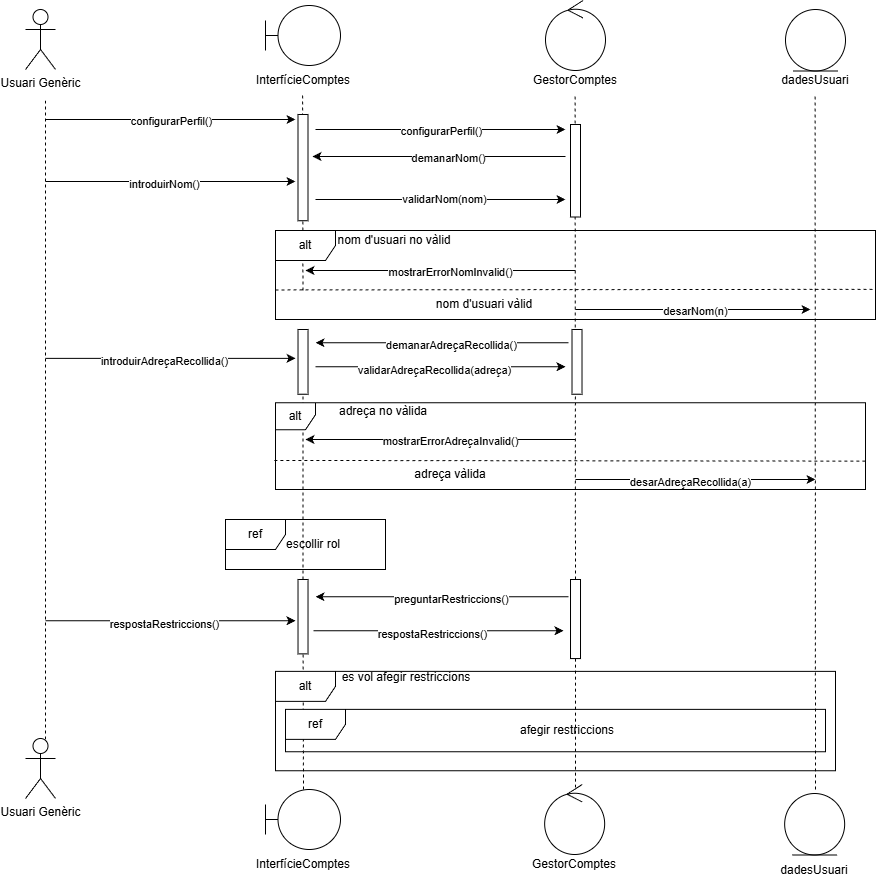
Above: Diagrames/Diagrames seqüència/Diagrames Marcel Pinós Vogel/configurar_perfil.png in MarcelPainos/ES26UAB-431-12 (draw.io), before the change. Source tidied: cells renumbered, new cells last; positions are measured from the earlier drawing's top-left corner, leaving out a move shared by most shapes.
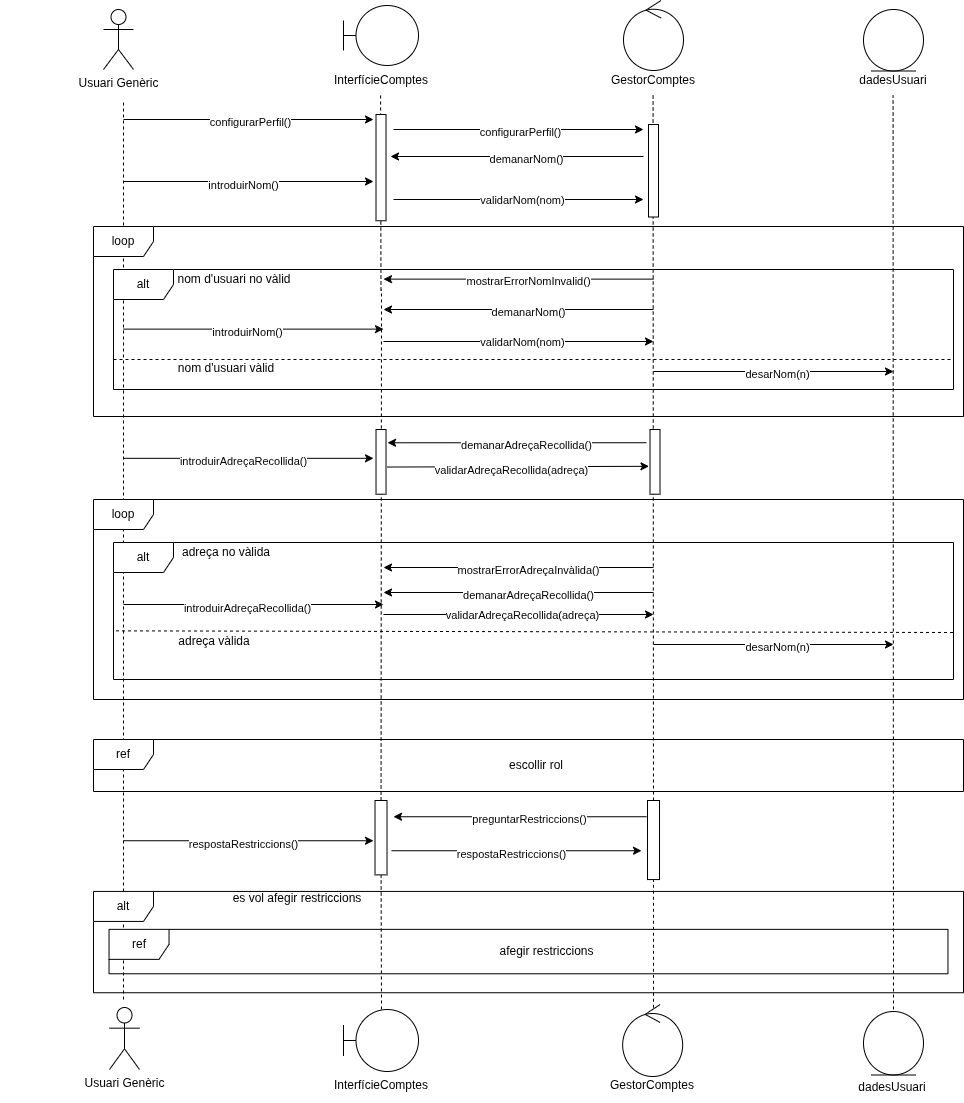
After the change.

Change to the diagram source:
```diff
@@ -25,7 +25,7 @@
     </mxCell>
     <mxCell id="9" style="endArrow=none;dashed=1;html=1;rounded=0;" parent="1" edge="1">
       <mxGeometry relative="1" as="geometry">
-        <mxPoint x="20" y="739" as="sourcePoint" />
+        <mxPoint x="20" y="999" as="sourcePoint" />
         <mxPoint x="20" y="99" as="targetPoint" />
       </mxGeometry>
     </mxCell>
@@ -40,8 +40,10 @@
         <mxPoint x="549.6" y="95" as="targetPoint" />
       </mxGeometry>
     </mxCell>
-    <mxCell id="12" style="endArrow=none;dashed=1;html=1;rounded=0;entryX=1;entryY=0.5;entryDx=0;entryDy=0;" parent="1" edge="1" source="37" target="64">
-      <mxGeometry relative="1" as="geometry" />
+    <mxCell id="12" style="endArrow=none;dashed=1;html=1;rounded=0;" parent="1" edge="1" source="37">
+      <mxGeometry relative="1" as="geometry">
+        <mxPoint x="278" y="289" as="targetPoint" />
+      </mxGeometry>
     </mxCell>
     <mxCell id="13" value="dadesUsuari" style="text;html=1;whiteSpace=wrap;strokeColor=none;fillColor=none;align=center;verticalAlign=middle;rounded=0;" parent="1" vertex="1">
       <mxGeometry x="760" y="65" width="60" height="30" as="geometry" />
@@ -51,7 +53,7 @@
     </mxCell>
     <mxCell id="15" style="endArrow=none;dashed=1;html=1;rounded=0;" parent="1" edge="1">
       <mxGeometry relative="1" as="geometry">
-        <mxPoint x="790" y="789" as="sourcePoint" />
+        <mxPoint x="790" y="1009" as="sourcePoint" />
         <mxPoint x="789.6" y="95" as="targetPoint" />
       </mxGeometry>
     </mxCell>
@@ -108,8 +110,8 @@
     </mxCell>
     <mxCell id="28" value="a" style="endArrow=classic;html=1;rounded=0;" parent="1" edge="1">
       <mxGeometry relative="1" as="geometry">
-        <mxPoint x="550" y="309" as="sourcePoint" />
-        <mxPoint x="785" y="309" as="targetPoint" />
+        <mxPoint x="550" y="371" as="sourcePoint" />
+        <mxPoint x="790" y="371" as="targetPoint" />
       </mxGeometry>
     </mxCell>
     <mxCell id="29" value="desarNom(n)" style="edgeLabel;html=1;align=center;verticalAlign=middle;" parent="28" vertex="1">
@@ -119,12 +121,12 @@
       <mxGeometry relative="1" as="geometry" />
     </mxCell>
     <mxCell id="31" style="rounded=0;whiteSpace=wrap;html=1;rotation=-90;" parent="1" vertex="1">
-      <mxGeometry x="510.5" y="613.5" width="79.1" height="10" as="geometry" />
+      <mxGeometry x="510.5" y="833.5" width="79.1" height="12" as="geometry" />
     </mxCell>
     <mxCell id="32" style="endArrow=classic;html=1;rounded=0;" parent="1" edge="1">
       <mxGeometry relative="1" as="geometry">
-        <mxPoint x="543" y="596.2" as="sourcePoint" />
-        <mxPoint x="290" y="596.2" as="targetPoint" />
+        <mxPoint x="543" y="816.2" as="sourcePoint" />
+        <mxPoint x="290" y="816.2" as="targetPoint" />
       </mxGeometry>
     </mxCell>
     <mxCell id="33" value="preguntarRestriccions()" style="edgeLabel;html=1;align=center;verticalAlign=middle;" parent="32" vertex="1">
@@ -132,8 +134,8 @@
     </mxCell>
     <mxCell id="34" style="endArrow=classic;html=1;rounded=0;" parent="1" edge="1">
       <mxGeometry relative="1" as="geometry">
-        <mxPoint x="20" y="620.2" as="sourcePoint" />
-        <mxPoint x="270" y="620.2" as="targetPoint" />
+        <mxPoint x="20" y="840.2" as="sourcePoint" />
+        <mxPoint x="270" y="840.2" as="targetPoint" />
       </mxGeometry>
     </mxCell>
     <mxCell id="35" value="respostaRestriccions()" style="edgeLabel;html=1;align=center;verticalAlign=middle;" parent="34" vertex="1">
@@ -141,25 +143,24 @@
     </mxCell>
     <mxCell id="36" style="endArrow=none;dashed=1;html=1;rounded=0;" parent="1" edge="1" target="37">
       <mxGeometry relative="1" as="geometry">
-        <mxPoint x="278" y="789" as="sourcePoint" />
+        <mxPoint x="278" y="1009" as="sourcePoint" />
       </mxGeometry>
     </mxCell>
     <mxCell id="37" style="rounded=0;whiteSpace=wrap;html=1;rotation=-90;" parent="1" vertex="1">
-      <mxGeometry x="240.3" y="611.2" width="74.4" height="10" as="geometry" />
+      <mxGeometry x="240.3" y="831.2" width="74.4" height="12" as="geometry" />
     </mxCell>
     <mxCell id="38" style="endArrow=classic;html=1;rounded=0;" parent="1" edge="1">
       <mxGeometry relative="1" as="geometry">
-        <mxPoint x="288" y="630.2" as="sourcePoint" />
-        <mxPoint x="538" y="630.2" as="targetPoint" />
+        <mxPoint x="288" y="850.2" as="sourcePoint" />
+        <mxPoint x="538" y="850.2" as="targetPoint" />
       </mxGeometry>
     </mxCell>
     <mxCell id="39" value="respostaRestriccions()" style="edgeLabel;html=1;align=center;verticalAlign=middle;" parent="38" vertex="1">
       <mxGeometry x="-0.05" y="-3" relative="1" as="geometry" />
     </mxCell>
-    <mxCell id="40" style="endArrow=classic;html=1;rounded=0;" parent="1" edge="1">
+    <mxCell id="40" style="endArrow=classic;html=1;rounded=0;entryX=0.795;entryY=1.152;entryDx=0;entryDy=0;entryPerimeter=0;" parent="1" edge="1" target="64">
       <mxGeometry relative="1" as="geometry">
-        <mxPoint x="543" y="342.2" as="sourcePoint" />
-        <mxPoint x="290" y="342.2" as="targetPoint" />
+        <mxPoint x="543" y="442.2" as="sourcePoint" />
       </mxGeometry>
     </mxCell>
     <mxCell id="41" value="demanarAdreçaRecollida()" style="edgeLabel;html=1;align=center;verticalAlign=middle;" parent="40" vertex="1">
@@ -167,129 +168,190 @@
     </mxCell>
     <mxCell id="42" style="endArrow=classic;html=1;rounded=0;" parent="1" edge="1">
       <mxGeometry relative="1" as="geometry">
-        <mxPoint x="20" y="357.8" as="sourcePoint" />
-        <mxPoint x="270" y="357.8" as="targetPoint" />
+        <mxPoint x="20" y="457.8" as="sourcePoint" />
+        <mxPoint x="270" y="457.8" as="targetPoint" />
       </mxGeometry>
     </mxCell>
     <mxCell id="43" value="introduirAdreçaRecollida()" style="edgeLabel;html=1;align=center;verticalAlign=middle;" parent="42" vertex="1">
       <mxGeometry x="-0.05" y="-3" relative="1" as="geometry" />
     </mxCell>
-    <mxCell id="44" style="endArrow=classic;html=1;rounded=0;" parent="1" edge="1">
-      <mxGeometry relative="1" as="geometry">
-        <mxPoint x="290" y="366.2" as="sourcePoint" />
-        <mxPoint x="540" y="366.2" as="targetPoint" />
-      </mxGeometry>
+    <mxCell id="44" style="endArrow=classic;html=1;rounded=0;exitX=0.42;exitY=1.103;exitDx=0;exitDy=0;exitPerimeter=0;entryX=0.431;entryY=-0.105;entryDx=0;entryDy=0;entryPerimeter=0;" parent="1" edge="1" source="64" target="65">
+      <mxGeometry relative="1" as="geometry" />
     </mxCell>
     <mxCell id="45" value="validarAdreçaRecollida(adreça)" style="edgeLabel;html=1;align=center;verticalAlign=middle;" parent="44" vertex="1">
       <mxGeometry x="-0.05" y="-3" relative="1" as="geometry" />
     </mxCell>
-    <mxCell id="46" style="endArrow=classic;html=1;rounded=0;" parent="1" edge="1">
-      <mxGeometry relative="1" as="geometry">
-        <mxPoint x="550" y="479" as="sourcePoint" />
-        <mxPoint x="790" y="479" as="targetPoint" />
-      </mxGeometry>
-    </mxCell>
-    <mxCell id="47" value="desarAdreçaRecollida(a)" style="edgeLabel;html=1;align=center;verticalAlign=middle;" parent="46" vertex="1">
-      <mxGeometry x="-0.05" y="-3" relative="1" as="geometry" />
-    </mxCell>
     <mxCell id="48" style="group;" parent="1" vertex="1">
-      <mxGeometry x="250" y="665.2" width="560" height="105" as="geometry" />
+      <mxGeometry x="-10" y="885.2" width="870" height="107" as="geometry" />
     </mxCell>
     <mxCell id="49" value="afegir restriccions" style="text;html=1;whiteSpace=wrap;strokeColor=none;fillColor=none;align=center;verticalAlign=middle;rounded=0;" parent="48" vertex="1">
-      <mxGeometry x="210" y="53.1" width="163.9" height="23.4" as="geometry" />
+      <mxGeometry x="326.2" y="53.1" width="254.6" height="25.4" as="geometry" />
     </mxCell>
     <mxCell id="50" value="ref" style="shape=umlFrame;whiteSpace=wrap;html=1;" parent="48" vertex="1">
-      <mxGeometry x="10" y="43.6" width="540" height="42.4" as="geometry" />
+      <mxGeometry x="15.5" y="43.6" width="838.9" height="44.4" as="geometry" />
     </mxCell>
     <mxCell id="51" value="alt" style="shape=umlFrame;whiteSpace=wrap;html=1;" parent="48" vertex="1">
-      <mxGeometry y="5.7" width="560" height="99.3" as="geometry" />
+      <mxGeometry y="5.7" width="870" height="101.3" as="geometry" />
     </mxCell>
     <mxCell id="52" value="es vol afegir restriccions" style="text;html=1;whiteSpace=wrap;strokeColor=none;fillColor=none;align=center;verticalAlign=middle;rounded=0;" parent="48" vertex="1">
-      <mxGeometry x="-60" width="382.4" height="23.4" as="geometry" />
+      <mxGeometry x="-93.2" width="594.1" height="25.4" as="geometry" />
     </mxCell>
     <mxCell id="53" value="alt" style="shape=umlFrame;whiteSpace=wrap;html=1;" parent="1" vertex="1">
-      <mxGeometry x="250" y="230" width="600" height="89" as="geometry" />
+      <mxGeometry x="10" y="269" width="840" height="120" as="geometry" />
     </mxCell>
-    <mxCell id="54" value="alt" style="shape=umlFrame;whiteSpace=wrap;html=1;width=40;height=27;" parent="1" vertex="1">
-      <mxGeometry x="250" y="402.2" width="590" height="86.8" as="geometry" />
-    </mxCell>
     <mxCell id="55" value="nom d'usuari no vàlid" style="text;html=1;whiteSpace=wrap;strokeColor=none;fillColor=none;align=center;verticalAlign=middle;rounded=0;" parent="1" vertex="1">
-      <mxGeometry x="307.5" y="225" width="122.5" height="30" as="geometry" />
+      <mxGeometry x="70" y="264" width="122.5" height="30" as="geometry" />
     </mxCell>
-    <mxCell id="56" value="adreça no vàlida" style="text;html=1;whiteSpace=wrap;strokeColor=none;fillColor=none;align=center;verticalAlign=middle;rounded=0;" parent="1" vertex="1">
-      <mxGeometry x="303" y="396.2" width="110" height="30" as="geometry" />
-    </mxCell>
     <mxCell id="57" style="endArrow=classic;html=1;rounded=0;" parent="1" edge="1">
       <mxGeometry relative="1" as="geometry">
-        <mxPoint x="550" y="270" as="sourcePoint" />
-        <mxPoint x="280" y="270" as="targetPoint" />
+        <mxPoint x="550" y="278.6" as="sourcePoint" />
+        <mxPoint x="280" y="278.6" as="targetPoint" />
       </mxGeometry>
     </mxCell>
     <mxCell id="58" value="mostrarErrorNomInvalid()" style="edgeLabel;html=1;align=center;verticalAlign=middle;" parent="57" vertex="1">
       <mxGeometry x="-0.07" y="2" relative="1" as="geometry" />
     </mxCell>
-    <mxCell id="59" style="endArrow=classic;html=1;rounded=0;exitX=1;exitY=0.667;exitDx=0;exitDy=0;exitPerimeter=0;" parent="1" edge="1">
-      <mxGeometry relative="1" as="geometry">
-        <mxPoint x="550" y="439" as="sourcePoint" />
-        <mxPoint x="280" y="439" as="targetPoint" />
-      </mxGeometry>
-    </mxCell>
-    <mxCell id="60" value="mostrarErrorAdreçaInvalid()" style="edgeLabel;html=1;align=center;verticalAlign=middle;" parent="59" vertex="1">
-      <mxGeometry x="-0.07" y="2" relative="1" as="geometry" />
-    </mxCell>
     <mxCell id="61" style="group;" parent="1" vertex="1">
-      <mxGeometry x="200" y="519" width="160" height="50" as="geometry" />
+      <mxGeometry x="-10" y="739" width="870" height="52" as="geometry" />
     </mxCell>
     <mxCell id="62" value="ref" style="shape=umlFrame;whiteSpace=wrap;html=1;" parent="61" vertex="1">
-      <mxGeometry width="160" height="50" as="geometry" />
+      <mxGeometry width="870" height="52" as="geometry" />
     </mxCell>
     <mxCell id="63" value="escollir rol" style="text;html=1;whiteSpace=wrap;strokeColor=none;fillColor=none;align=center;verticalAlign=middle;rounded=0;" parent="61" vertex="1">
-      <mxGeometry x="57.5" y="10" width="60" height="30" as="geometry" />
+      <mxGeometry x="280" y="10" width="326.2" height="32" as="geometry" />
     </mxCell>
     <mxCell id="64" style="rounded=0;whiteSpace=wrap;html=1;rotation=-90;" parent="1" vertex="1">
-      <mxGeometry x="245.2" y="356.4" width="64.7" height="10" as="geometry" />
+      <mxGeometry x="245.2" y="456.4" width="64.7" height="10" as="geometry" />
     </mxCell>
     <mxCell id="65" style="rounded=0;whiteSpace=wrap;html=1;rotation=-90;" parent="1" vertex="1">
-      <mxGeometry x="519.2" y="356.4" width="64.7" height="10" as="geometry" />
+      <mxGeometry x="519.2" y="456.4" width="64.7" height="10" as="geometry" />
     </mxCell>
     <mxCell id="66" value="Usuari Genèric" style="shape=umlActor;verticalLabelPosition=bottom;verticalAlign=top;html=1;" parent="1" vertex="1">
-      <mxGeometry y="738" width="30" height="60" as="geometry" />
+      <mxGeometry x="6" y="1007" width="30" height="62" as="geometry" />
     </mxCell>
     <mxCell id="67" style="group;" parent="1" vertex="1">
-      <mxGeometry x="240" y="789" width="75" height="90" as="geometry" />
+      <mxGeometry x="240" y="1009" width="75" height="92" as="geometry" />
     </mxCell>
     <mxCell id="68" style="shape=umlBoundary;whiteSpace=wrap;html=1;" parent="67" vertex="1">
-      <mxGeometry width="75" height="60" as="geometry" />
+      <mxGeometry width="75" height="62" as="geometry" />
     </mxCell>
     <mxCell id="69" value="InterfícieComptes" style="text;html=1;whiteSpace=wrap;strokeColor=none;fillColor=none;align=center;verticalAlign=middle;rounded=0;" parent="67" vertex="1">
-      <mxGeometry x="7.5" y="60" width="60" height="30" as="geometry" />
+      <mxGeometry x="7.5" y="60" width="60" height="32" as="geometry" />
     </mxCell>
     <mxCell id="70" style="group;" parent="1" vertex="1">
-      <mxGeometry x="519.2" y="784" width="60" height="95" as="geometry" />
+      <mxGeometry x="519.2" y="1004" width="60" height="97" as="geometry" />
     </mxCell>
     <mxCell id="71" style="ellipse;shape=umlControl;whiteSpace=wrap;html=1;" parent="70" vertex="1">
-      <mxGeometry width="60" height="70" as="geometry" />
+      <mxGeometry width="60" height="72" as="geometry" />
     </mxCell>
     <mxCell id="72" value="GestorComptes" style="text;html=1;whiteSpace=wrap;strokeColor=none;fillColor=none;align=center;verticalAlign=middle;rounded=0;" parent="70" vertex="1">
-      <mxGeometry y="65" width="60" height="30" as="geometry" />
+      <mxGeometry y="65" width="60" height="32" as="geometry" />
     </mxCell>
     <mxCell id="73" value="dadesUsuari" style="text;html=1;whiteSpace=wrap;strokeColor=none;fillColor=none;align=center;verticalAlign=middle;rounded=0;" parent="1" vertex="1">
-      <mxGeometry x="759.2" y="854.5" width="60" height="30" as="geometry" />
+      <mxGeometry x="759.2" y="1070.5" width="60" height="32" as="geometry" />
     </mxCell>
     <mxCell id="74" style="ellipse;shape=umlEntity;whiteSpace=wrap;html=1;" parent="1" vertex="1">
-      <mxGeometry x="759.2" y="793" width="60" height="61.5" as="geometry" />
+      <mxGeometry x="760" y="1011" width="60" height="63.5" as="geometry" />
     </mxCell>
-    <mxCell id="75" style="endArrow=none;dashed=1;html=1;rounded=0;entryX=0.999;entryY=0.661;entryDx=0;entryDy=0;entryPerimeter=0;exitX=0;exitY=0.668;exitDx=0;exitDy=0;exitPerimeter=0;" parent="1" edge="1" source="53" target="53">
-      <mxGeometry relative="1" as="geometry" />
+    <mxCell id="75" style="endArrow=none;dashed=1;html=1;rounded=0;exitX=0;exitY=0.75;exitDx=0;exitDy=0;exitPerimeter=0;" parent="1" edge="1" source="53">
+      <mxGeometry relative="1" as="geometry">
+        <mxPoint x="850" y="359" as="targetPoint" />
+      </mxGeometry>
     </mxCell>
     <mxCell id="76" value="nom d'usuari vàlid" style="text;html=1;whiteSpace=wrap;strokeColor=none;fillColor=none;align=center;verticalAlign=middle;rounded=0;" parent="1" vertex="1">
-      <mxGeometry x="397.5" y="289" width="122.5" height="30" as="geometry" />
+      <mxGeometry x="62" y="353" width="122.5" height="30" as="geometry" />
     </mxCell>
-    <mxCell id="77" style="endArrow=none;dashed=1;html=1;rounded=0;entryX=1;entryY=0.673;entryDx=0;entryDy=0;entryPerimeter=0;exitX=-0.002;exitY=0.665;exitDx=0;exitDy=0;exitPerimeter=0;" parent="1" edge="1" source="54" target="54">
-      <mxGeometry relative="1" as="geometry" />
-    </mxCell>
+    <mxCell id="79" style="endArrow=classic;html=1;rounded=0;" parent="1" edge="1">
+      <mxGeometry relative="1" as="geometry">
+        <mxPoint x="550" y="309" as="sourcePoint" />
+        <mxPoint x="280" y="309" as="targetPoint" />
+      </mxGeometry>
+    </mxCell>
+    <mxCell id="80" value="demanarNom()" style="edgeLabel;html=1;align=center;verticalAlign=middle;" parent="79" vertex="1">
+      <mxGeometry x="-0.07" y="2" relative="1" as="geometry" />
+    </mxCell>
+    <mxCell id="81" value="loop" style="shape=umlFrame;whiteSpace=wrap;html=1;" parent="1" vertex="1">
+      <mxGeometry x="-10" y="226" width="870" height="190" as="geometry" />
+    </mxCell>
+    <mxCell id="82" style="endArrow=classic;html=1;rounded=0;" parent="1" edge="1">
+      <mxGeometry relative="1" as="geometry">
+        <mxPoint x="20" y="328.6" as="sourcePoint" />
+        <mxPoint x="280" y="328.6" as="targetPoint" />
+      </mxGeometry>
+    </mxCell>
+    <mxCell id="83" value="introduirNom()" style="edgeLabel;html=1;align=center;verticalAlign=middle;" parent="82" vertex="1">
+      <mxGeometry x="-0.05" y="-3" relative="1" as="geometry" />
+    </mxCell>
+    <mxCell id="84" style="endArrow=classic;html=1;rounded=0;" parent="1" edge="1">
+      <mxGeometry relative="1" as="geometry">
+        <mxPoint x="280" y="341" as="sourcePoint" />
+        <mxPoint x="550" y="341" as="targetPoint" />
+      </mxGeometry>
+    </mxCell>
+    <mxCell id="85" value="validarNom(nom)" style="edgeLabel;html=1;align=center;verticalAlign=middle;" parent="84" vertex="1">
+      <mxGeometry x="0.03" relative="1" as="geometry" />
+    </mxCell>
+    <mxCell id="86" value="a" style="endArrow=classic;html=1;rounded=0;" parent="1" edge="1">
+      <mxGeometry relative="1" as="geometry">
+        <mxPoint x="550" y="644" as="sourcePoint" />
+        <mxPoint x="790" y="644" as="targetPoint" />
+      </mxGeometry>
+    </mxCell>
+    <mxCell id="87" value="desarNom(n)" style="edgeLabel;html=1;align=center;verticalAlign=middle;" parent="86" vertex="1">
+      <mxGeometry x="0.02" y="-2" relative="1" as="geometry" />
+    </mxCell>
+    <mxCell id="54" value="alt" style="shape=umlFrame;whiteSpace=wrap;html=1;" parent="1" vertex="1">
+      <mxGeometry x="10" y="542" width="840" height="137" as="geometry" />
+    </mxCell>
+    <mxCell id="56" value="adreça no vàlida" style="text;html=1;whiteSpace=wrap;strokeColor=none;fillColor=none;align=center;verticalAlign=middle;rounded=0;" parent="1" vertex="1">
+      <mxGeometry x="62" y="537" width="122.5" height="30" as="geometry" />
+    </mxCell>
+    <mxCell id="88" style="endArrow=classic;html=1;rounded=0;" parent="1" edge="1">
+      <mxGeometry relative="1" as="geometry">
+        <mxPoint x="550" y="567" as="sourcePoint" />
+        <mxPoint x="280" y="567" as="targetPoint" />
+      </mxGeometry>
+    </mxCell>
+    <mxCell id="89" value="mostrarErrorAdreçaInvàlida()" style="edgeLabel;html=1;align=center;verticalAlign=middle;" parent="88" vertex="1">
+      <mxGeometry x="-0.07" y="2" relative="1" as="geometry" />
+    </mxCell>
+    <mxCell id="90" style="endArrow=none;dashed=1;html=1;rounded=0;exitX=0.003;exitY=0.645;exitDx=0;exitDy=0;exitPerimeter=0;" parent="1" edge="1" source="54">
+      <mxGeometry relative="1" as="geometry">
+        <mxPoint x="850" y="632" as="targetPoint" />
+      </mxGeometry>
+    </mxCell>
     <mxCell id="78" value="adreça vàlida" style="text;html=1;whiteSpace=wrap;strokeColor=none;fillColor=none;align=center;verticalAlign=middle;rounded=0;" parent="1" vertex="1">
-      <mxGeometry x="370" y="459" width="110" height="30" as="geometry" />
+      <mxGeometry x="50" y="626" width="122.5" height="30" as="geometry" />
     </mxCell>
+    <mxCell id="91" style="endArrow=classic;html=1;rounded=0;" parent="1" edge="1">
+      <mxGeometry relative="1" as="geometry">
+        <mxPoint x="550" y="592" as="sourcePoint" />
+        <mxPoint x="280" y="592" as="targetPoint" />
+      </mxGeometry>
+    </mxCell>
+    <mxCell id="92" value="demanarAdreçaRecollida()" style="edgeLabel;html=1;align=center;verticalAlign=middle;" parent="91" vertex="1">
+      <mxGeometry x="-0.07" y="2" relative="1" as="geometry" />
+    </mxCell>
+    <mxCell id="93" value="loop" style="shape=umlFrame;whiteSpace=wrap;html=1;" parent="1" vertex="1">
+      <mxGeometry x="-10" y="499" width="870" height="200" as="geometry" />
+    </mxCell>
+    <mxCell id="94" style="endArrow=classic;html=1;rounded=0;" parent="1" edge="1">
+      <mxGeometry relative="1" as="geometry">
+        <mxPoint x="20" y="604" as="sourcePoint" />
+        <mxPoint x="280" y="604" as="targetPoint" />
+      </mxGeometry>
+    </mxCell>
+    <mxCell id="95" value="introduirAdreçaRecollida()" style="edgeLabel;html=1;align=center;verticalAlign=middle;" parent="94" vertex="1">
+      <mxGeometry x="-0.05" y="-3" relative="1" as="geometry" />
+    </mxCell>
+    <mxCell id="96" style="endArrow=classic;html=1;rounded=0;" parent="1" edge="1">
+      <mxGeometry relative="1" as="geometry">
+        <mxPoint x="280" y="614" as="sourcePoint" />
+        <mxPoint x="550" y="614" as="targetPoint" />
+      </mxGeometry>
+    </mxCell>
+    <mxCell id="97" value="validarAdreçaRecollida(adreça)" style="edgeLabel;html=1;align=center;verticalAlign=middle;" parent="96" vertex="1">
+      <mxGeometry x="0.03" relative="1" as="geometry" />
+    </mxCell>
   </root>
 </mxGraphModel>
```
